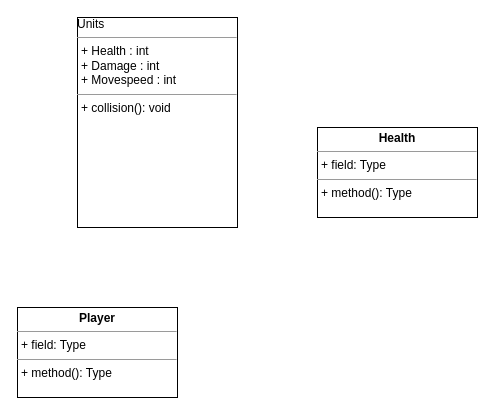
Earlier version of the draw.io diagram Untitled Diagram.drawio (Loewen37/memes). Source tidied: cells renumbered, new cells numbered last; positions are measured from the earlier drawing's top-left corner, leaving out a move shared by most shapes. Both pictures are drawn from the tidied source at 100%, with x=0, y=0 at pixel (17, 17).
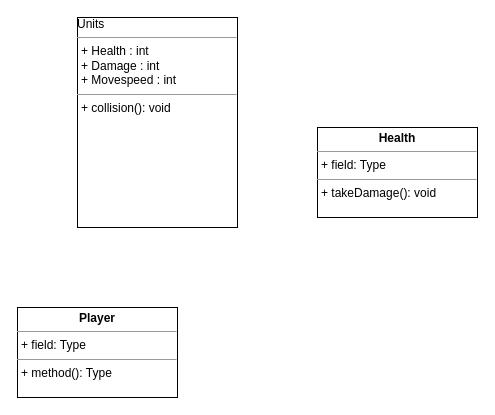
The same page after the edit.

The edit, as a diff of the source:
```diff
@@
 <mxGraphModel>
   <root>
     <mxCell id="0" />
     <mxCell id="1" parent="0" />
     <mxCell id="2" value="Units&lt;br&gt;&lt;hr size=&quot;1&quot;&gt;&lt;p style=&quot;margin: 0px ; margin-left: 4px&quot;&gt;+ Health : int&lt;br&gt;+ Damage : int&lt;br&gt;+ Movespeed : int&lt;br&gt;&lt;/p&gt;&lt;hr size=&quot;1&quot;&gt;&lt;p style=&quot;margin: 0px ; margin-left: 4px&quot;&gt;+ collision(): void&lt;br&gt;&lt;/p&gt;" style="verticalAlign=top;align=left;overflow=fill;fontSize=12;fontFamily=Helvetica;html=1;" parent="1" vertex="1">
       <mxGeometry x="60" width="160" height="210" as="geometry" />
     </mxCell>
     <mxCell id="3" value="&lt;p style=&quot;margin: 0px ; margin-top: 4px ; text-align: center&quot;&gt;&lt;b&gt;Player&lt;/b&gt;&lt;br&gt;&lt;/p&gt;&lt;hr size=&quot;1&quot;&gt;&lt;p style=&quot;margin: 0px ; margin-left: 4px&quot;&gt;+ field: Type&lt;/p&gt;&lt;hr size=&quot;1&quot;&gt;&lt;p style=&quot;margin: 0px ; margin-left: 4px&quot;&gt;+ method(): Type&lt;/p&gt;" style="verticalAlign=top;align=left;overflow=fill;fontSize=12;fontFamily=Helvetica;html=1;" parent="1" vertex="1">
       <mxGeometry y="290" width="160" height="90" as="geometry" />
     </mxCell>
-    <mxCell id="4" value="&lt;p style=&quot;margin: 0px ; margin-top: 4px ; text-align: center&quot;&gt;&lt;b&gt;Health&lt;/b&gt;&lt;br&gt;&lt;/p&gt;&lt;hr size=&quot;1&quot;&gt;&lt;p style=&quot;margin: 0px ; margin-left: 4px&quot;&gt;+ field: Type&lt;/p&gt;&lt;hr size=&quot;1&quot;&gt;&lt;p style=&quot;margin: 0px ; margin-left: 4px&quot;&gt;+ method(): Type&lt;/p&gt;" style="verticalAlign=top;align=left;overflow=fill;fontSize=12;fontFamily=Helvetica;html=1;" parent="1" vertex="1">
+    <mxCell id="4" value="&lt;p style=&quot;margin: 0px ; margin-top: 4px ; text-align: center&quot;&gt;&lt;b&gt;Health&lt;/b&gt;&lt;br&gt;&lt;/p&gt;&lt;hr size=&quot;1&quot;&gt;&lt;p style=&quot;margin: 0px ; margin-left: 4px&quot;&gt;+ field: Type&lt;/p&gt;&lt;hr size=&quot;1&quot;&gt;&lt;p style=&quot;margin: 0px ; margin-left: 4px&quot;&gt;+ takeDamage(): void&lt;br&gt;&lt;/p&gt;" style="verticalAlign=top;align=left;overflow=fill;fontSize=12;fontFamily=Helvetica;html=1;" parent="1" vertex="1">
       <mxGeometry x="300" y="110" width="160" height="90" as="geometry" />
     </mxCell>
   </root>
 </mxGraphModel>
```
